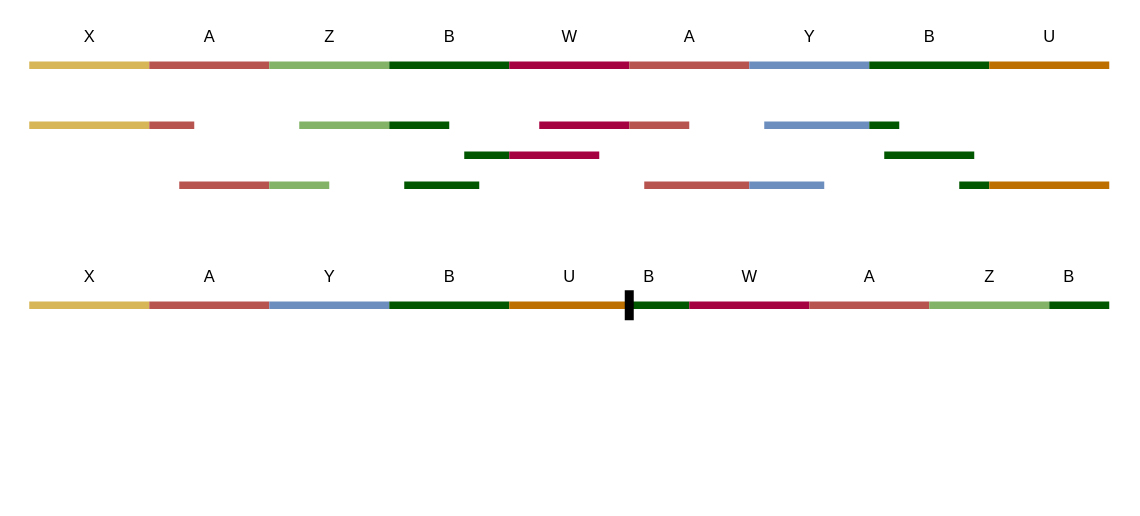
The draw.io diagram presentation/dotplot_tests/figure_ppt.drawio in LKress/ASA, before the edit. Source tidied: cells renumbered, new cells numbered last; positions are measured from the earlier drawing's top-left corner, leaving out a move shared by most shapes. Both pictures are drawn from the tidied source at 150%, with x=0, y=0 at pixel (28, 64).
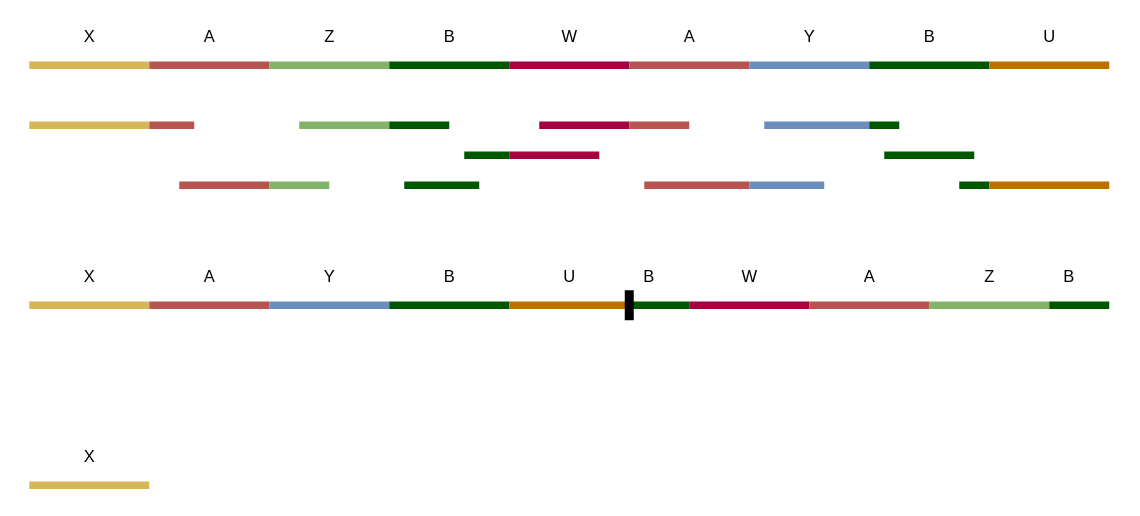
After the change.

Diff of the diagram source:
```diff
@@
+    <mxCell id="59" style="endArrow=none;html=1;fillColor=#fff2cc;strokeColor=#d6b656;strokeWidth=5;" parent="1" edge="1">
+      <mxGeometry relative="1" as="geometry">
+        <mxPoint y="280" as="sourcePoint" />
+        <mxPoint x="80" y="280" as="targetPoint" />
+      </mxGeometry>
+    </mxCell>
+    <mxCell id="60" value="X" style="edgeLabel;html=1;align=center;verticalAlign=middle;" parent="59" vertex="1">
+      <mxGeometry x="0.35" y="-2" relative="1" as="geometry">
+        <mxPoint x="-14.2" y="-22" as="offset" />
+      </mxGeometry>
+    </mxCell>
```
